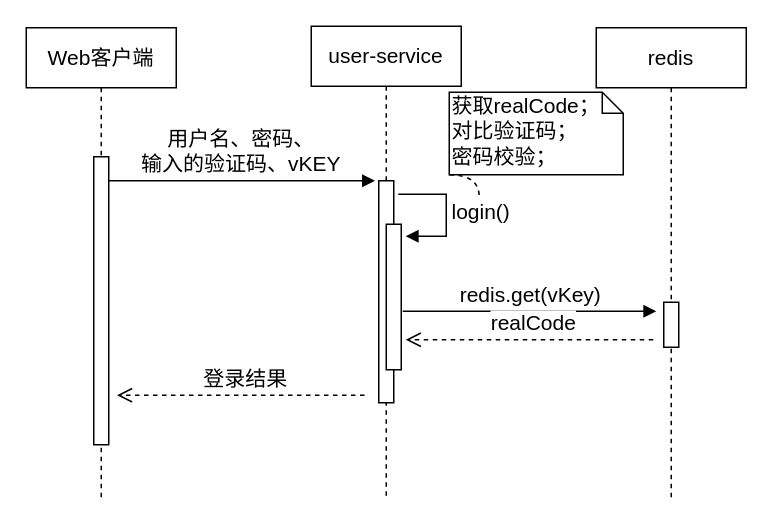
This is page "sequence-login" (2 of 6) of CDRS/module-design.drawio from waterwatermelon/graph, a draw.io file, before an edit. Source tidied: cells renumbered, new cells numbered last; positions are measured from the earlier drawing's top-left corner, leaving out a move shared by most shapes. Both pictures are drawn from the tidied source at 150%, with x=0, y=0 at pixel (26, 26).
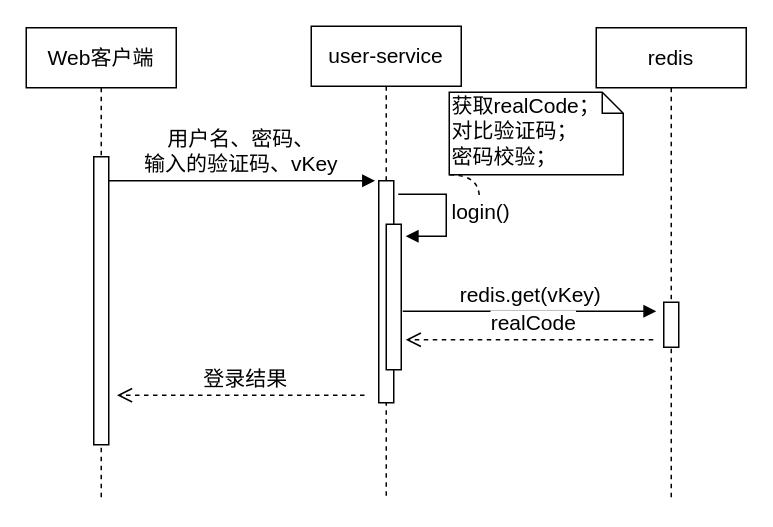
After the change.

Diff of the diagram source:
```diff
@@
-    <mxCell id="8" value="用户名、密码、&lt;br style=&quot;font-size: 14px;&quot;&gt;输入的验证码、vKEY" style="html=1;verticalAlign=bottom;endArrow=block;fontSize=14;" parent="1" edge="1">
+    <mxCell id="8" value="用户名、密码、&lt;br style=&quot;font-size: 14px&quot;&gt;输入的验证码、vKey" style="html=1;verticalAlign=bottom;endArrow=block;fontSize=14;" parent="1" edge="1">
       <mxGeometry relative="1" as="geometry">
         <mxPoint x="52.5" y="103" as="sourcePoint" />
         <mxPoint x="232.5" y="103" as="targetPoint" />
       </mxGeometry>
     </mxCell>
```
